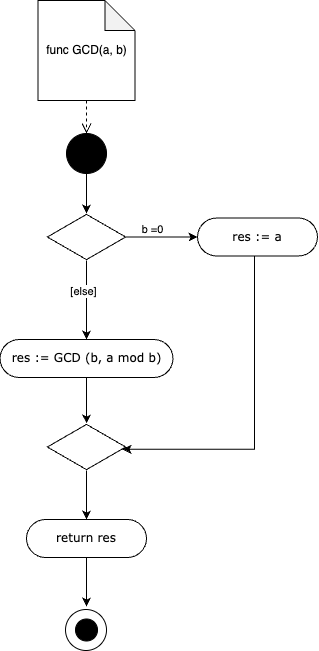
This is docs/img/ex2.png from IMZolin/PSAD, a draw.io export, as it was before one commit. Source tidied: cells renumbered, new cells last; positions are measured from the earlier drawing's top-left corner, leaving out a move shared by most shapes.
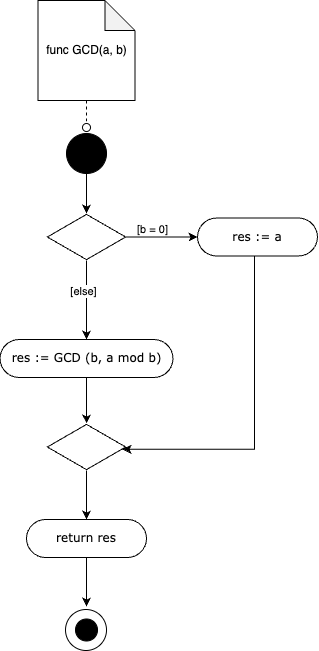
After the commit.

Change to the diagram source:
```diff
@@ -23,7 +23,7 @@
     <mxCell id="8" style="edgeStyle=orthogonalEdgeStyle;rounded=0;jettySize=auto;html=1;" parent="1" edge="1" source="10" target="4">
       <mxGeometry relative="1" as="geometry" />
     </mxCell>
-    <mxCell id="9" value="b =0" style="edgeLabel;html=1;align=center;verticalAlign=middle;" parent="8" vertex="1">
+    <mxCell id="9" value="[b = 0]" style="edgeLabel;html=1;align=center;verticalAlign=middle;" parent="8" vertex="1">
       <mxGeometry x="-0.21" y="-5" relative="1" as="geometry">
         <mxPoint x="-2" y="-13" as="offset" />
       </mxGeometry>
@@ -46,8 +46,10 @@
     <mxCell id="15" value="func GCD(a, b)" style="shape=note;whiteSpace=wrap;html=1;backgroundOutline=1;darkOpacity=0.05;" parent="1" vertex="1">
       <mxGeometry x="37.5" width="97" height="100" as="geometry" />
     </mxCell>
-    <mxCell id="16" style="html=1;verticalAlign=bottom;endArrow=open;dashed=1;endSize=8;curved=0;rounded=0;entryX=0.5;entryY=0;entryDx=0;entryDy=0;" parent="1" edge="1" source="15" target="3">
-      <mxGeometry relative="1" as="geometry" />
+    <mxCell id="16" style="html=1;verticalAlign=bottom;endArrow=oval;dashed=1;endSize=8;curved=0;rounded=0;endFill=0;" parent="1" edge="1" source="15">
+      <mxGeometry relative="1" as="geometry">
+        <mxPoint x="86" y="127" as="targetPoint" />
+      </mxGeometry>
     </mxCell>
     <mxCell id="17" style="edgeStyle=orthogonalEdgeStyle;rounded=0;jettySize=auto;html=1;entryX=0.959;entryY=0.549;entryDx=0;entryDy=0;entryPerimeter=0;" parent="1" edge="1" source="4" target="14">
       <mxGeometry relative="1" as="geometry">
```
